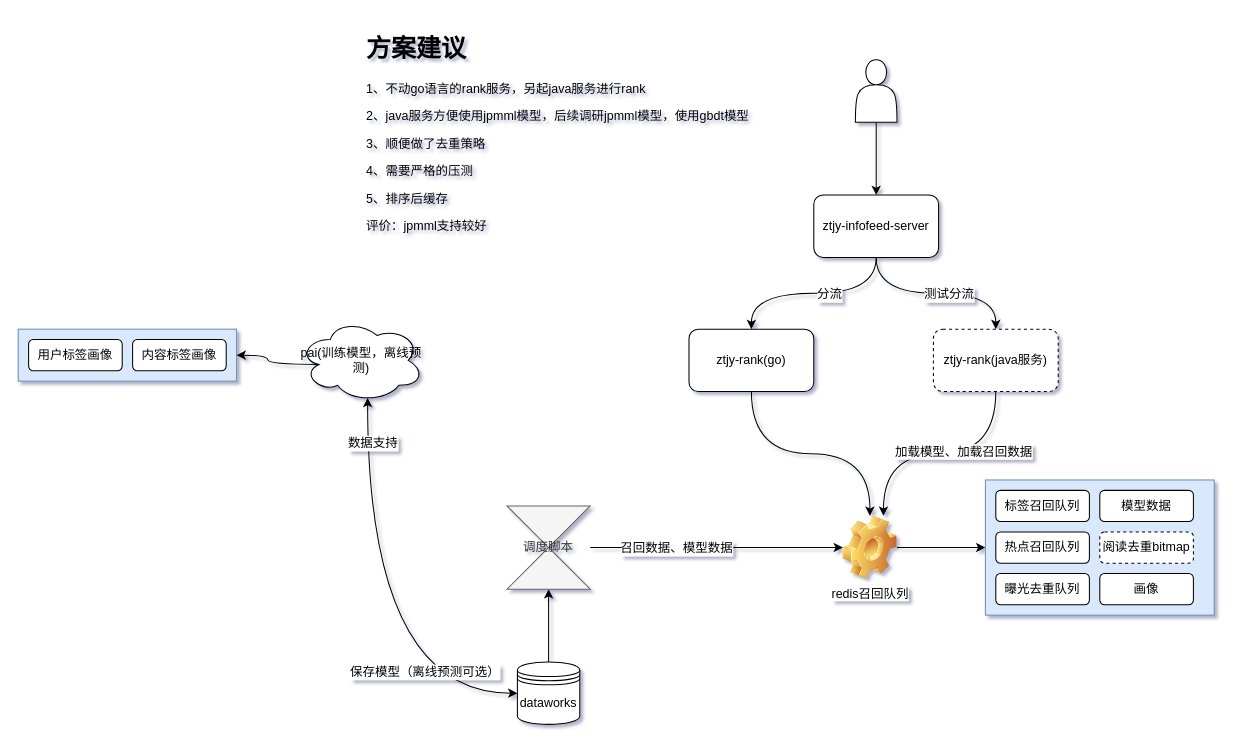
wangjie5540/drawio keeps this draw.io diagram as 掌通家园-推荐系统流程图.drawio. Above is the earlier version. Source tidied: cells renumbered, new cells numbered last; positions are measured from the earlier drawing's top-left corner, leaving out a move shared by most shapes. Both pictures are drawn from the tidied source at 104%, with x=0, y=0 at pixel (18, 28).
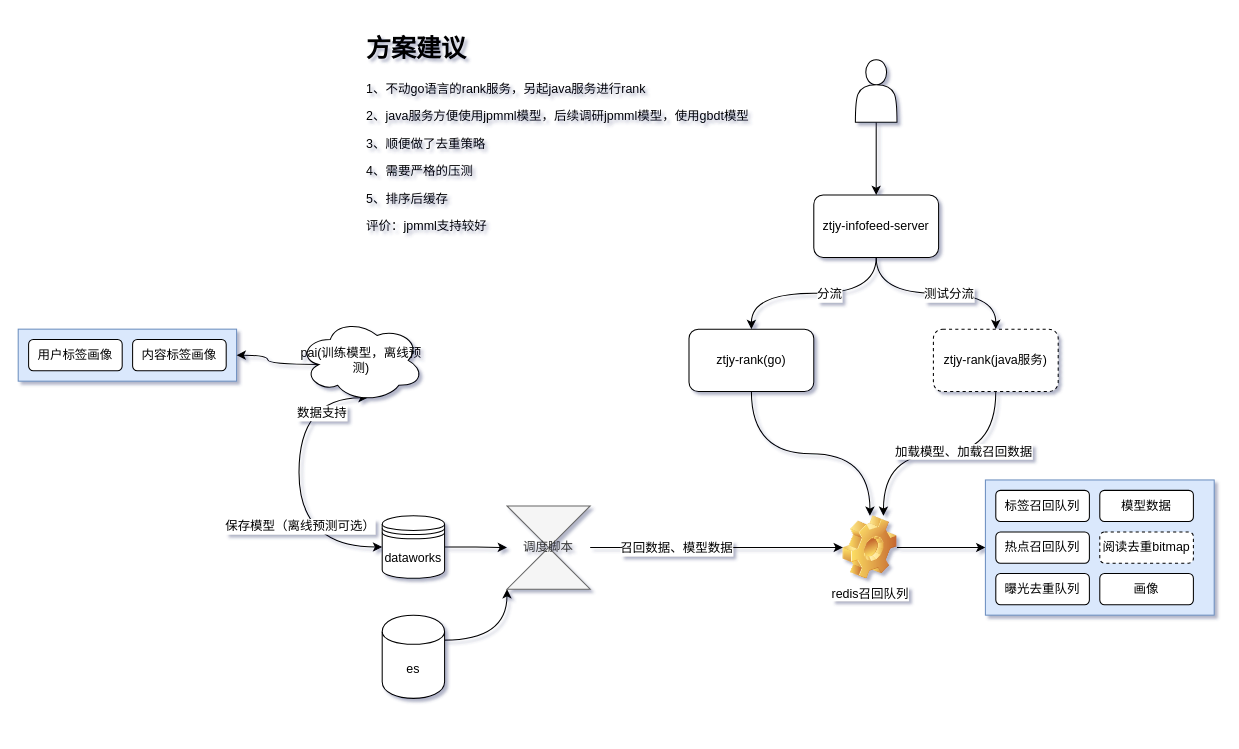
The same page after the edit.

Commit message:
更新掌通家园-推荐系统流程图.drawio

The change refers to these unchanged cells:
```xml
<mxCell id="21" value="调度脚本" style="shape=collate;whiteSpace=wrap;html=1;rounded=1;fillColor=#f5f5f5;strokeColor=#666666;fontColor=#333333;" parent="1" vertex="1">
  <mxGeometry x="470" y="459" width="80" height="80" as="geometry" />
</mxCell>
<mxCell id="26" value="pai(训练模型，离线预测)" style="ellipse;shape=cloud;whiteSpace=wrap;html=1;rounded=1;shadow=0;strokeColor=#000000;fillColor=#ffffff;" parent="1" vertex="1">
  <mxGeometry x="270" y="279" width="120" height="80" as="geometry" />
</mxCell>
```

Change to the diagram source:
```diff
@@
-    <mxCell id="3" style="edgeStyle=orthogonalEdgeStyle;curved=1;rounded=0;jettySize=auto;html=1;exitX=0.5;exitY=0;exitDx=0;exitDy=0;entryX=0.5;entryY=1;entryDx=0;entryDy=0;" parent="1" edge="1" source="4" target="21">
+    <mxCell id="3" style="edgeStyle=orthogonalEdgeStyle;rounded=0;jettySize=auto;html=1;" parent="1" edge="1" source="4" target="21">
       <mxGeometry relative="1" as="geometry" />
     </mxCell>
     <mxCell id="4" value="dataworks" style="shape=datastore;whiteSpace=wrap;html=1;" parent="1" vertex="1">
-      <mxGeometry x="480" y="609" width="60" height="60" as="geometry" />
+      <mxGeometry x="350" y="468.5" width="60" height="60" as="geometry" />
     </mxCell>
@@
     <mxCell id="22" style="edgeStyle=orthogonalEdgeStyle;rounded=0;jettySize=auto;html=1;exitX=0.55;exitY=0.95;exitDx=0;exitDy=0;exitPerimeter=0;entryX=0;entryY=0.5;entryDx=0;entryDy=0;curved=1;startArrow=classic;startFill=1;" parent="1" edge="1" source="26" target="4">
       <mxGeometry relative="1" as="geometry">
         <Array as="points">
-          <mxPoint x="336" y="639" />
+          <mxPoint x="270" y="355" />
+          <mxPoint x="270" y="499" />
         </Array>
       </mxGeometry>
     </mxCell>
     <mxCell id="23" value="保存模型（离线预测可选）" style="text;html=1;align=center;verticalAlign=middle;labelBackgroundColor=#ffffff;fontColor=#000000;" parent="22" vertex="1">
       <mxGeometry x="-0.12" y="27" relative="1" as="geometry">
-        <mxPoint x="27" y="75" as="offset" />
+        <mxPoint x="-27" y="62" as="offset" />
       </mxGeometry>
     </mxCell>
     <mxCell id="24" value="数据支持" style="text;html=1;align=center;verticalAlign=middle;labelBackgroundColor=#ffffff;fontColor=#000000;" parent="22" vertex="1">
       <mxGeometry x="-0.73" y="-1" relative="1" as="geometry">
-        <mxPoint x="5" y="-15" as="offset" />
+        <mxPoint x="-6" y="15" as="offset" />
       </mxGeometry>
     </mxCell>
@@
+    <mxCell id="38" style="edgeStyle=orthogonalEdgeStyle;rounded=0;jettySize=auto;html=1;exitX=1;exitY=0.3;exitDx=0;exitDy=0;entryX=0;entryY=1;entryDx=0;entryDy=0;curved=1;" parent="1" edge="1" source="39" target="21">
+      <mxGeometry relative="1" as="geometry" />
+    </mxCell>
+    <mxCell id="39" value="es" style="shape=cylinder;whiteSpace=wrap;html=1;boundedLbl=1;backgroundOutline=1;" parent="1" vertex="1">
+      <mxGeometry x="350" y="564" width="60" height="80" as="geometry" />
+    </mxCell>
```
